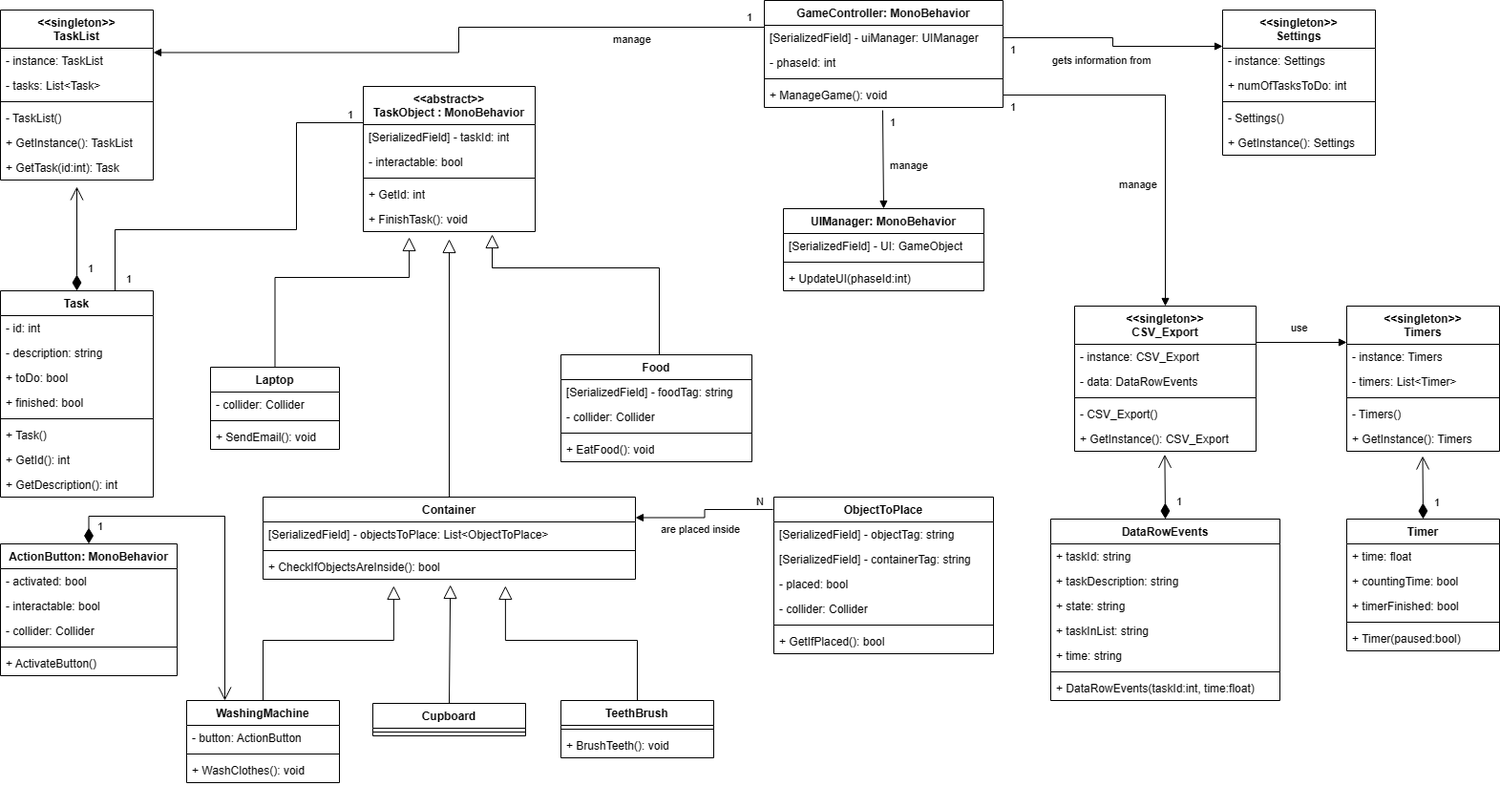
The draw.io diagram Prospective Memory Training UML.png in oscardelgado02/VR-Prototype---Prospective-Memory-Training, before a commit. Source tidied: cells renumbered, new cells last; positions are measured from the earlier drawing's top-left corner, leaving out a move shared by most shapes.
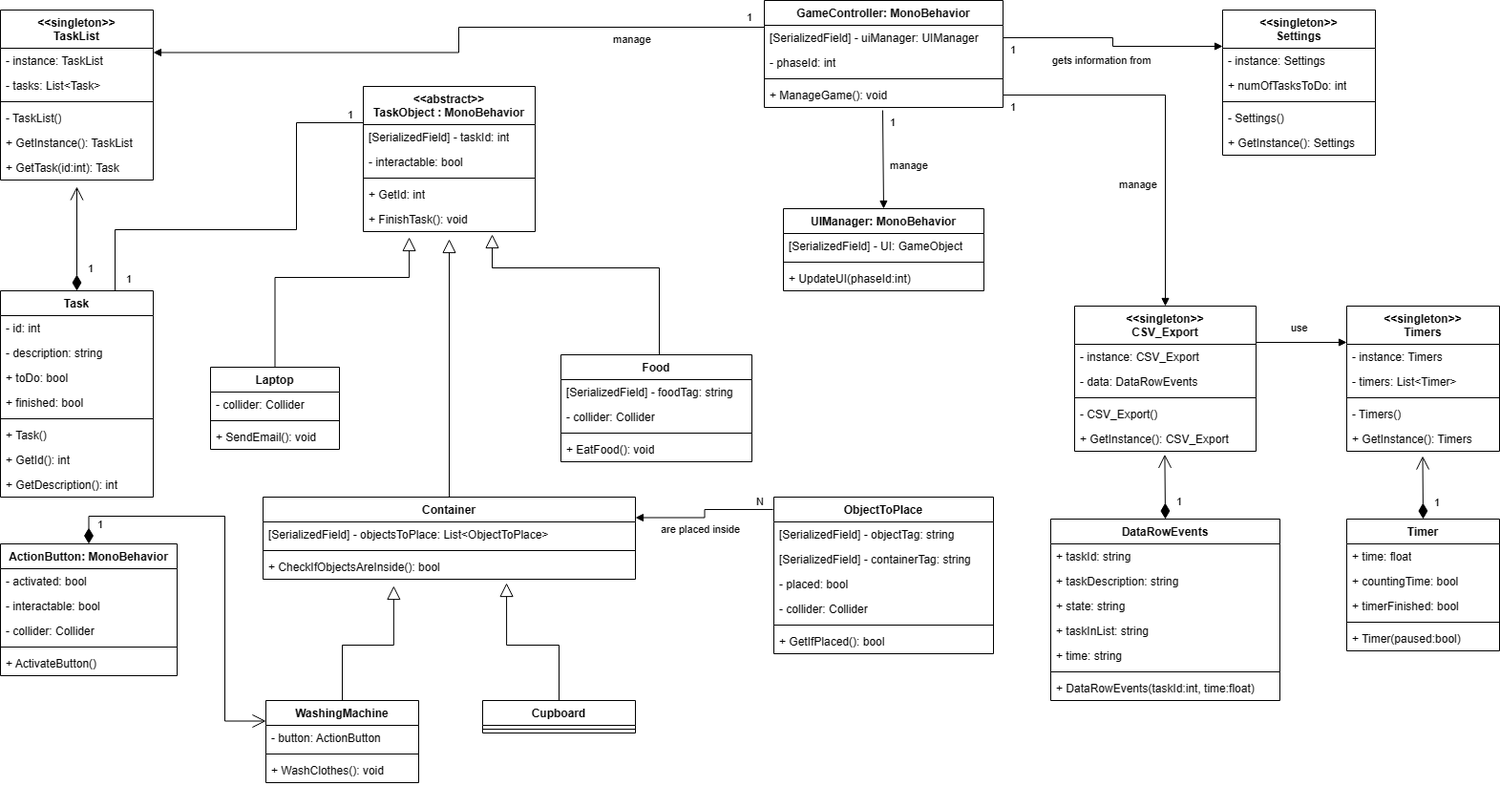
After the change.

Commit message:
Update Requirements and UML

Removed one task and modifications on some tasks

The edit, as a diff of the source:
```diff
@@ -114,13 +114,13 @@
       <mxGeometry y="138" width="230" height="26" as="geometry" />
     </mxCell>
     <mxCell id="39" value="Cupboard" style="swimlane;fontStyle=1;align=center;verticalAlign=top;horizontal=1;startSize=26;whiteSpace=wrap;html=1;" parent="1" vertex="1">
-      <mxGeometry x="390" y="736" width="160" height="34" as="geometry" />
+      <mxGeometry x="505" y="733" width="160" height="34" as="geometry" />
     </mxCell>
     <mxCell id="40" style="line;strokeWidth=1;fillColor=none;align=left;verticalAlign=middle;spacingTop=-1;spacingLeft=3;spacingRight=3;labelPosition=right;strokeColor=inherit;" parent="39" vertex="1">
       <mxGeometry y="26" width="160" height="8" as="geometry" />
     </mxCell>
     <mxCell id="41" value="WashingMachine" style="swimlane;fontStyle=1;align=center;verticalAlign=top;horizontal=1;startSize=26;whiteSpace=wrap;html=1;" parent="1" vertex="1">
-      <mxGeometry x="195" y="733" width="160" height="86" as="geometry" />
+      <mxGeometry x="278" y="733" width="160" height="86" as="geometry" />
     </mxCell>
     <mxCell id="42" value="- button: ActionButton" style="text;strokeColor=none;fillColor=none;align=left;verticalAlign=top;spacingLeft=4;spacingRight=4;overflow=hidden;whiteSpace=wrap;html=1;" parent="41" vertex="1">
       <mxGeometry y="26" width="160" height="26" as="geometry" />
@@ -146,15 +146,6 @@
     <mxCell id="49" value="+ EatFood(): void" style="text;strokeColor=none;fillColor=none;align=left;verticalAlign=top;spacingLeft=4;spacingRight=4;overflow=hidden;whiteSpace=wrap;html=1;" parent="45" vertex="1">
       <mxGeometry y="86" width="200" height="26" as="geometry" />
     </mxCell>
-    <mxCell id="50" value="TeethBrush" style="swimlane;fontStyle=1;align=center;verticalAlign=top;horizontal=1;startSize=26;whiteSpace=wrap;html=1;" parent="1" vertex="1">
-      <mxGeometry x="587" y="733" width="160" height="60" as="geometry" />
-    </mxCell>
-    <mxCell id="51" style="line;strokeWidth=1;fillColor=none;align=left;verticalAlign=middle;spacingTop=-1;spacingLeft=3;spacingRight=3;labelPosition=right;strokeColor=inherit;" parent="50" vertex="1">
-      <mxGeometry y="26" width="160" height="8" as="geometry" />
-    </mxCell>
-    <mxCell id="52" value="+ BrushTeeth(): void" style="text;strokeColor=none;fillColor=none;align=left;verticalAlign=top;spacingLeft=4;spacingRight=4;overflow=hidden;whiteSpace=wrap;html=1;" parent="50" vertex="1">
-      <mxGeometry y="34" width="160" height="26" as="geometry" />
-    </mxCell>
     <mxCell id="53" value="&lt;div&gt;&amp;lt;&amp;lt;singleton&amp;gt;&amp;gt;&lt;/div&gt;Timers" style="swimlane;fontStyle=1;align=center;verticalAlign=top;horizontal=1;startSize=40;whiteSpace=wrap;html=1;" parent="1" vertex="1">
       <mxGeometry x="1410" y="320" width="160" height="152" as="geometry" />
     </mxCell>
@@ -318,30 +309,28 @@
         </Array>
       </mxGeometry>
     </mxCell>
-    <mxCell id="103" style="endArrow=block;endFill=0;endSize=12;html=1;rounded=0;exitX=0.5;exitY=0;exitDx=0;exitDy=0;entryX=0.503;entryY=1.231;entryDx=0;entryDy=0;entryPerimeter=0;" parent="1" edge="1" source="39" target="31">
-      <mxGeometry relative="1" as="geometry" />
+    <mxCell id="103" style="endArrow=block;endFill=0;endSize=12;html=1;rounded=0;exitX=0.5;exitY=0;exitDx=0;exitDy=0;entryX=0.654;entryY=1.154;entryDx=0;entryDy=0;entryPerimeter=0;edgeStyle=orthogonalEdgeStyle;" parent="1" edge="1" source="39" target="31">
+      <mxGeometry relative="1" as="geometry">
+        <Array as="points">
+          <mxPoint x="585" y="675" />
+          <mxPoint x="530" y="675" />
+        </Array>
+      </mxGeometry>
     </mxCell>
     <mxCell id="104" style="endArrow=block;endFill=0;endSize=12;html=1;rounded=0;exitX=0.5;exitY=0;exitDx=0;exitDy=0;entryX=0.351;entryY=1.269;entryDx=0;entryDy=0;entryPerimeter=0;edgeStyle=orthogonalEdgeStyle;" parent="1" edge="1" source="41" target="31">
       <mxGeometry relative="1" as="geometry">
         <Array as="points">
-          <mxPoint x="275" y="670" />
-          <mxPoint x="412" y="670" />
+          <mxPoint x="358" y="675" />
+          <mxPoint x="412" y="675" />
         </Array>
       </mxGeometry>
     </mxCell>
-    <mxCell id="105" style="endArrow=block;endFill=0;endSize=12;html=1;rounded=0;exitX=0.5;exitY=0;exitDx=0;exitDy=0;entryX=0.651;entryY=1.269;entryDx=0;entryDy=0;entryPerimeter=0;edgeStyle=orthogonalEdgeStyle;" parent="1" edge="1" source="50" target="31">
-      <mxGeometry relative="1" as="geometry">
-        <Array as="points">
-          <mxPoint x="667" y="670" />
-          <mxPoint x="529" y="670" />
-        </Array>
-      </mxGeometry>
-    </mxCell>
-    <mxCell id="106" value="1" style="endArrow=open;html=1;endSize=12;startArrow=diamondThin;startSize=14;startFill=1;align=left;verticalAlign=bottom;rounded=0;exitX=0.5;exitY=0;exitDx=0;exitDy=0;entryX=0.25;entryY=0;entryDx=0;entryDy=0;edgeStyle=orthogonalEdgeStyle;" parent="1" edge="1" source="79" target="41">
+    <mxCell id="106" value="1" style="endArrow=open;html=1;endSize=12;startArrow=diamondThin;startSize=14;startFill=1;align=left;verticalAlign=bottom;rounded=0;exitX=0.5;exitY=0;exitDx=0;exitDy=0;entryX=0;entryY=0.25;entryDx=0;entryDy=0;edgeStyle=orthogonalEdgeStyle;" parent="1" edge="1" source="79" target="41">
       <mxGeometry x="-0.95" y="-7" relative="1" as="geometry">
         <Array as="points">
           <mxPoint x="93" y="540" />
           <mxPoint x="235" y="540" />
+          <mxPoint x="235" y="755" />
         </Array>
       </mxGeometry>
     </mxCell>
```
